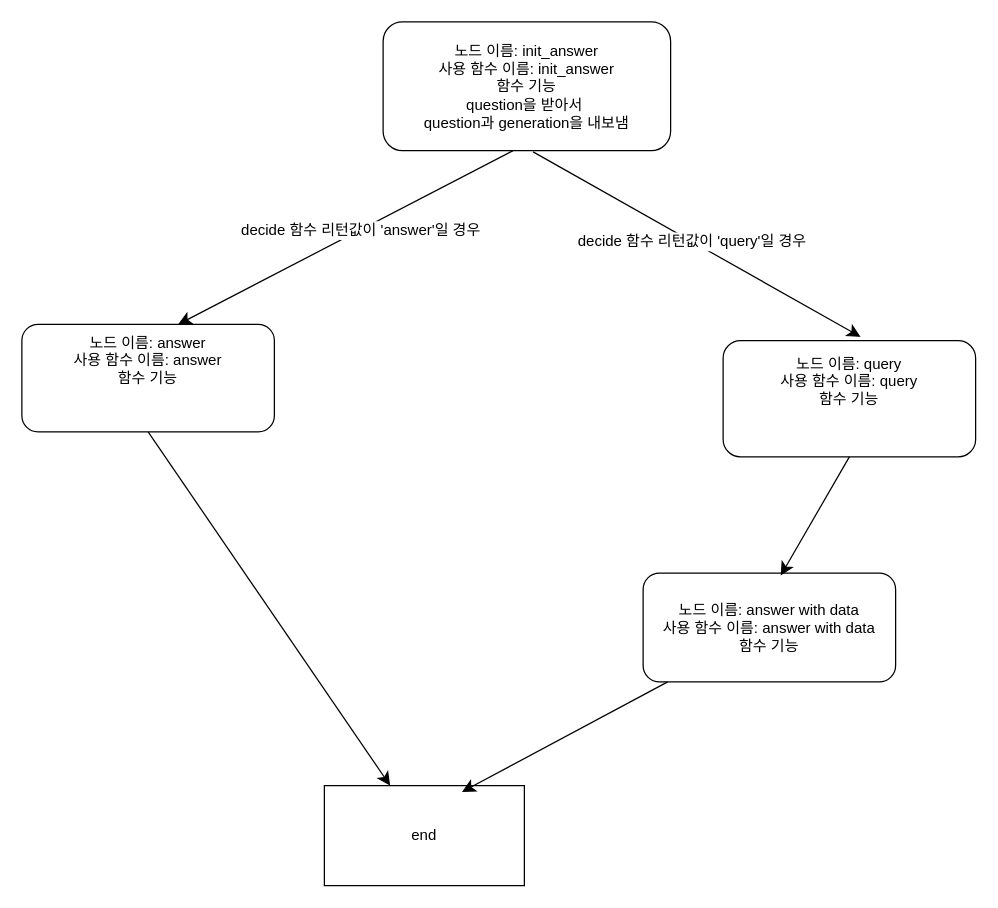
Above: page "prac7" (1 of 2) of 제목 없는 다이어그램.drawio in kimysub/Streamlit_test (draw.io), before the change. Source tidied: cells renumbered, new cells numbered last; positions are measured from the earlier drawing's top-left corner, leaving out a move shared by most shapes. Both pictures are drawn from the tidied source at 125%, with x=0, y=0 at pixel (21, 21).
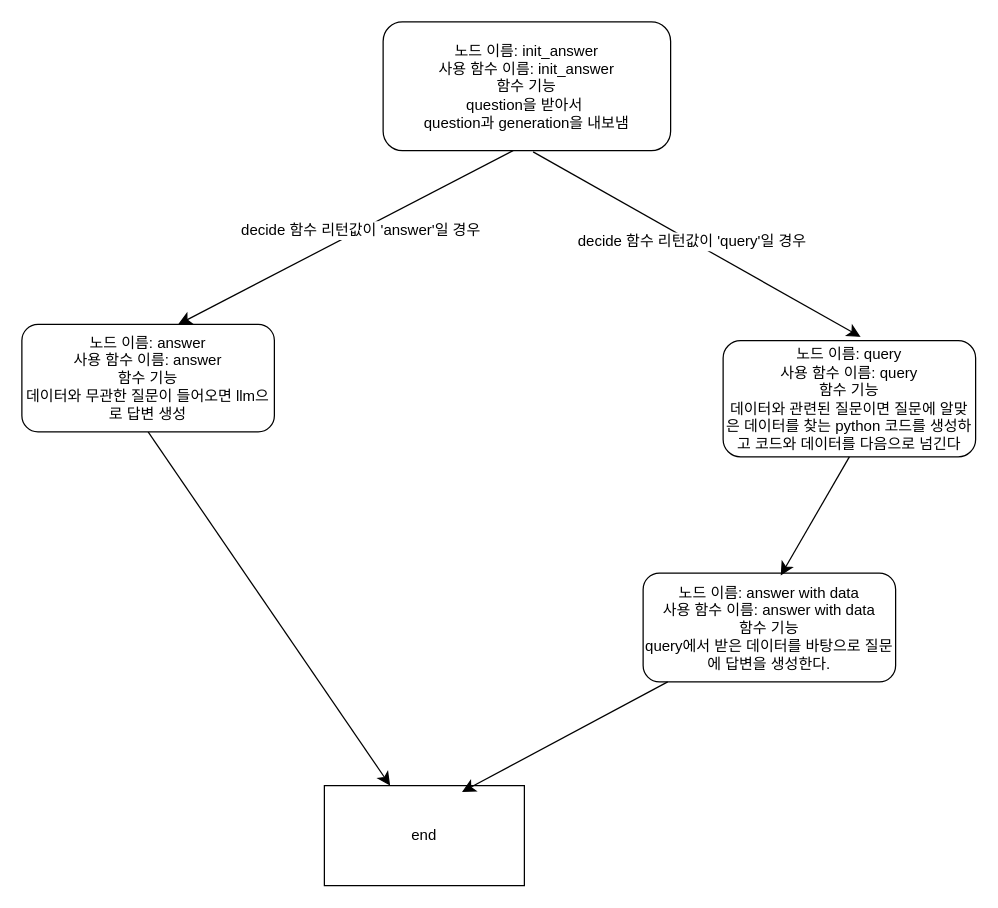
Above is the later version.

Commit message (it also covers changes not shown here):
제목 없는 다이어그램.drawio 업데이트

The edit, as a diff of the source:
```diff
@@
 <mxGraphModel>
   <root>
     <mxCell id="0" />
     <mxCell id="1" parent="0" />
     <mxCell id="2" value="노드 이름: init_answer&lt;div&gt;사용 함수 이름: init_answer&lt;/div&gt;&lt;div&gt;함수 기능&lt;/div&gt;&lt;div&gt;question을 받아서&amp;nbsp;&lt;/div&gt;&lt;div&gt;question과 generation을 내보냄&lt;/div&gt;" style="rounded=1;whiteSpace=wrap;html=1;" parent="1" vertex="1">
       <mxGeometry x="289" width="230" height="103" as="geometry" />
     </mxCell>
-    <mxCell id="3" value="노드 이름: query&lt;div&gt;사용 함수 이름: query&lt;/div&gt;&lt;div&gt;함수 기능&lt;/div&gt;&lt;div&gt;&lt;br&gt;&lt;/div&gt;&lt;div&gt;&lt;br&gt;&lt;/div&gt;" style="rounded=1;whiteSpace=wrap;html=1;" parent="1" vertex="1">
+    <mxCell id="3" value="노드 이름: query&lt;div&gt;사용 함수 이름: query&lt;/div&gt;&lt;div&gt;함수 기능&lt;/div&gt;&lt;div&gt;데이터와 관련된 질문이면 질문에 알맞은 데이터를 찾는 python 코드를 생성하고 코드와 데이터를 다음으로 넘긴다&lt;/div&gt;" style="rounded=1;whiteSpace=wrap;html=1;" parent="1" vertex="1">
       <mxGeometry x="561" y="255" width="202" height="93" as="geometry" />
     </mxCell>
     <mxCell id="4" style="edgeStyle=none;curved=1;rounded=0;jettySize=auto;html=1;exitX=0.5;exitY=1;exitDx=0;exitDy=0;fontSize=12;startSize=8;endSize=8;" parent="1" edge="1" source="5" target="7">
       <mxGeometry relative="1" as="geometry" />
     </mxCell>
-    <mxCell id="5" value="노드 이름: answer&lt;div&gt;사용 함수 이름: answer&lt;/div&gt;&lt;div&gt;함수 기능&lt;/div&gt;&lt;div&gt;&lt;br&gt;&lt;/div&gt;&lt;div&gt;&lt;br&gt;&lt;/div&gt;" style="rounded=1;whiteSpace=wrap;html=1;" parent="1" vertex="1">
+    <mxCell id="5" value="노드 이름: answer&lt;div&gt;사용 함수 이름: answer&lt;/div&gt;&lt;div&gt;함수 기능&lt;/div&gt;&lt;div&gt;데이터와 무관한 질문이 들어오면 llm으로 답변 생성&lt;/div&gt;" style="rounded=1;whiteSpace=wrap;html=1;" parent="1" vertex="1">
       <mxGeometry y="242" width="202" height="86" as="geometry" />
     </mxCell>
-    <mxCell id="6" value="노드 이름: answer with data&lt;div&gt;사용 함수 이름: answer with data&lt;/div&gt;&lt;div&gt;함수 기능&lt;/div&gt;" style="rounded=1;whiteSpace=wrap;html=1;" parent="1" vertex="1">
+    <mxCell id="6" value="노드 이름: answer with data&lt;div&gt;사용 함수 이름: answer with data&lt;/div&gt;&lt;div&gt;함수 기능&lt;/div&gt;&lt;div&gt;query에서 받은 데이터를 바탕으로 질문에 답변을 생성한다.&lt;/div&gt;" style="rounded=1;whiteSpace=wrap;html=1;" parent="1" vertex="1">
       <mxGeometry x="497" y="441" width="202" height="87" as="geometry" />
     </mxCell>
     <mxCell id="7" value="end" style="rounded=0;whiteSpace=wrap;html=1;" parent="1" vertex="1">
       <mxGeometry x="242" y="611" width="160" height="80" as="geometry" />
     </mxCell>
     <mxCell id="8" style="edgeStyle=none;orthogonalLoop=1;jettySize=auto;html=1;rounded=0;fontSize=12;startSize=8;endSize=8;curved=1;" parent="1" edge="1">
       <mxGeometry relative="1" as="geometry">
         <mxPoint x="409" y="104" as="sourcePoint" />
         <mxPoint x="671" y="252" as="targetPoint" />
       </mxGeometry>
     </mxCell>
     <mxCell id="9" value="decide 함수 리턴값이 'query'일 경우" style="edgeLabel;html=1;align=center;verticalAlign=middle;fontSize=12;" parent="8" vertex="1">
       <mxGeometry x="-0.06" y="-2" relative="1" as="geometry">
         <mxPoint x="5" as="offset" />
       </mxGeometry>
     </mxCell>
     <mxCell id="10" style="edgeStyle=none;jettySize=auto;html=1;rounded=0;fontSize=12;startSize=8;endSize=8;curved=1;exitX=0.452;exitY=1;exitDx=0;exitDy=0;exitPerimeter=0;entryX=0.619;entryY=0;entryDx=0;entryDy=0;entryPerimeter=0;" parent="1" edge="1" source="2" target="5">
       <mxGeometry relative="1" as="geometry" />
     </mxCell>
     <mxCell id="11" value="decide 함수 리턴값이 'answer'일 경우" style="edgeLabel;html=1;align=center;verticalAlign=middle;fontSize=12;" parent="10" vertex="1">
       <mxGeometry x="-0.06" y="-2" relative="1" as="geometry">
         <mxPoint x="5" as="offset" />
       </mxGeometry>
     </mxCell>
     <mxCell id="12" style="edgeStyle=none;curved=1;rounded=0;jettySize=auto;html=1;exitX=0.5;exitY=1;exitDx=0;exitDy=0;entryX=0.545;entryY=0.022;entryDx=0;entryDy=0;entryPerimeter=0;fontSize=12;startSize=8;endSize=8;" parent="1" edge="1" source="3" target="6">
       <mxGeometry relative="1" as="geometry" />
     </mxCell>
     <mxCell id="13" style="edgeStyle=none;curved=1;rounded=0;jettySize=auto;html=1;entryX=0.688;entryY=0.063;entryDx=0;entryDy=0;entryPerimeter=0;fontSize=12;startSize=8;endSize=8;" parent="1" edge="1" source="6" target="7">
       <mxGeometry relative="1" as="geometry" />
     </mxCell>
   </root>
 </mxGraphModel>
```
